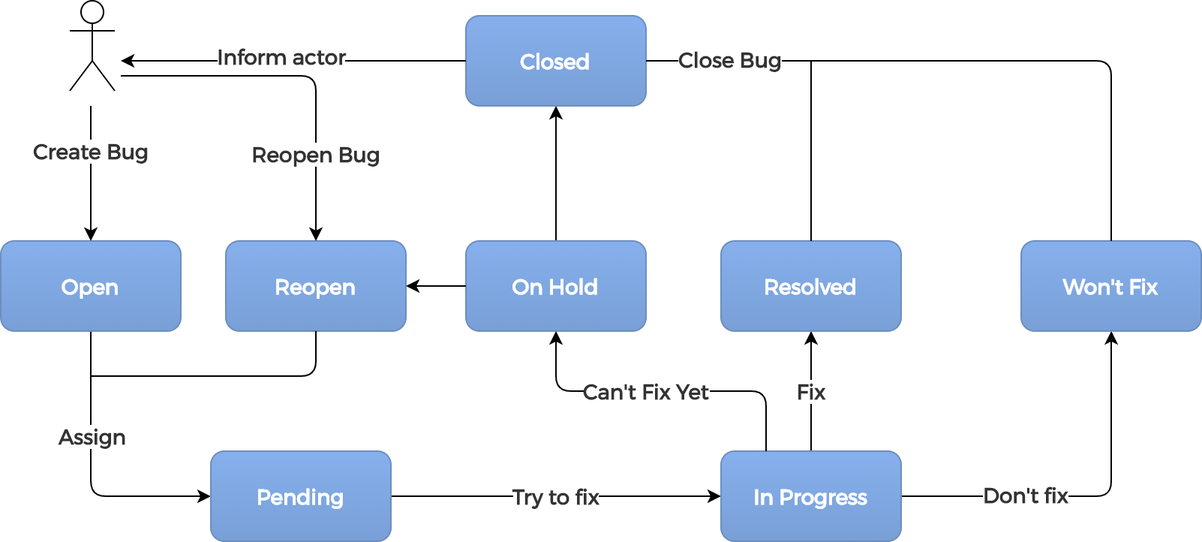
The draw.io diagram _Assets/Project Scope/bugtracker-status-flow.png in chrismeijer/bugtracker, before a commit. Source tidied: cells renumbered, new cells last; positions are measured from the earlier drawing's top-left corner, leaving out a move shared by most shapes.
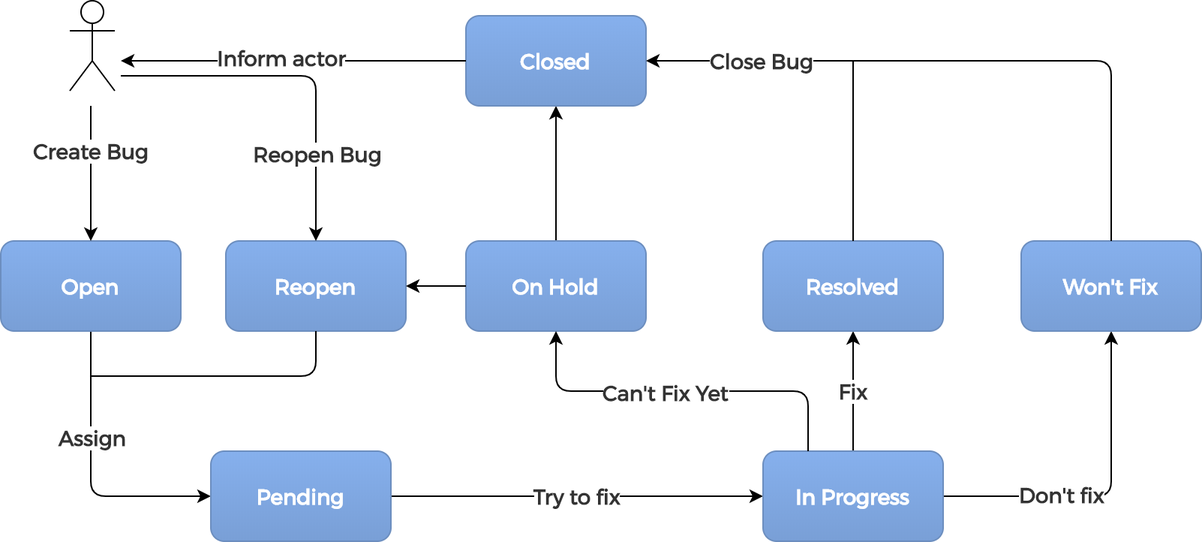
Later version of the same file.

The edit, as a diff of the source:
```diff
@@ -35,10 +35,10 @@
       <mxGeometry relative="1" as="geometry" />
     </mxCell>
     <mxCell id="10" value="In Progress" style="rounded=1;whiteSpace=wrap;html=1;fillColor=#86B0ED;strokeColor=#6c8ebf;gradientColor=#799FD6;fontFamily=Montserrat;fontStyle=1;fontColor=#FFFFFF;fontSize=14;" parent="1" vertex="1">
-      <mxGeometry x="480" y="300" width="120" height="60" as="geometry" />
+      <mxGeometry x="508" y="300" width="120" height="60" as="geometry" />
     </mxCell>
     <mxCell id="11" value="Resolved" style="rounded=1;whiteSpace=wrap;html=1;fillColor=#86B0ED;strokeColor=#6c8ebf;gradientColor=#799FD6;fontFamily=Montserrat;fontStyle=1;fontColor=#FFFFFF;fontSize=14;" parent="1" vertex="1">
-      <mxGeometry x="480" y="160" width="120" height="60" as="geometry" />
+      <mxGeometry x="508" y="160" width="120" height="60" as="geometry" />
     </mxCell>
     <mxCell id="12" style="edgeStyle=orthogonalEdgeStyle;rounded=1;jumpStyle=none;jumpSize=6;jettySize=auto;html=1;endArrow=classic;endFill=1;fontFamily=Montserrat;fontSize=14;fontColor=#333333;" parent="1" edge="1" source="13" target="14">
       <mxGeometry relative="1" as="geometry" />
@@ -91,7 +91,7 @@
     <mxCell id="23" style="endArrow=classic;html=1;fontFamily=Montserrat;fontSize=14;fontColor=#333333;entryX=0.5;entryY=1;entryDx=0;entryDy=0;exitX=0.25;exitY=0;exitDx=0;exitDy=0;" parent="1" edge="1" source="10" target="13">
       <mxGeometry relative="1" as="geometry">
         <Array as="points">
-          <mxPoint x="510" y="260" />
+          <mxPoint x="538" y="260" />
           <mxPoint x="370" y="260" />
         </Array>
       </mxGeometry>
@@ -99,7 +99,7 @@
     <mxCell id="24" value="Can't Fix Yet" style="text;html=1;align=center;verticalAlign=middle;labelBackgroundColor=#ffffff;fontSize=14;fontFamily=Montserrat;fontColor=#333333;fontStyle=1;" parent="23" vertex="1">
       <mxGeometry x="0.1" relative="1" as="geometry" />
     </mxCell>
-    <mxCell id="25" style="endArrow=none;html=1;fontFamily=Montserrat;fontSize=14;fontColor=#333333;exitX=1;exitY=0.5;exitDx=0;exitDy=0;entryX=0.5;entryY=0;entryDx=0;entryDy=0;" parent="1" edge="1" source="14" target="16">
+    <mxCell id="25" style="endArrow=none;html=1;fontFamily=Montserrat;fontSize=14;fontColor=#333333;exitX=1;exitY=0.5;exitDx=0;exitDy=0;entryX=0.5;entryY=0;entryDx=0;entryDy=0;endFill=0;startArrow=classic;startFill=1;" parent="1" edge="1" source="14" target="16">
       <mxGeometry relative="1" as="geometry">
         <Array as="points">
           <mxPoint x="740" y="40" />
@@ -108,12 +108,12 @@
     </mxCell>
     <mxCell id="26" value="Close Bug" style="text;html=1;align=center;verticalAlign=middle;labelBackgroundColor=#ffffff;fontSize=14;fontFamily=Montserrat;fontColor=#333333;fontStyle=1;" parent="25" vertex="1">
       <mxGeometry x="-0.74" relative="1" as="geometry">
-        <mxPoint y="-1" as="offset" />
+        <mxPoint x="21" y="-1" as="offset" />
       </mxGeometry>
     </mxCell>
     <mxCell id="27" style="endArrow=none;html=1;fontFamily=Montserrat;fontSize=14;fontColor=#333333;exitX=0.5;exitY=0;exitDx=0;exitDy=0;" parent="1" edge="1" source="11">
       <mxGeometry relative="1" as="geometry">
-        <mxPoint x="540" y="40" as="targetPoint" />
+        <mxPoint x="568" y="40" as="targetPoint" />
       </mxGeometry>
     </mxCell>
     <mxCell id="28" style="endArrow=classic;html=1;fontFamily=Montserrat;fontSize=14;fontColor=#333333;exitX=0;exitY=0.5;exitDx=0;exitDy=0;" parent="1" edge="1" source="14">
```
